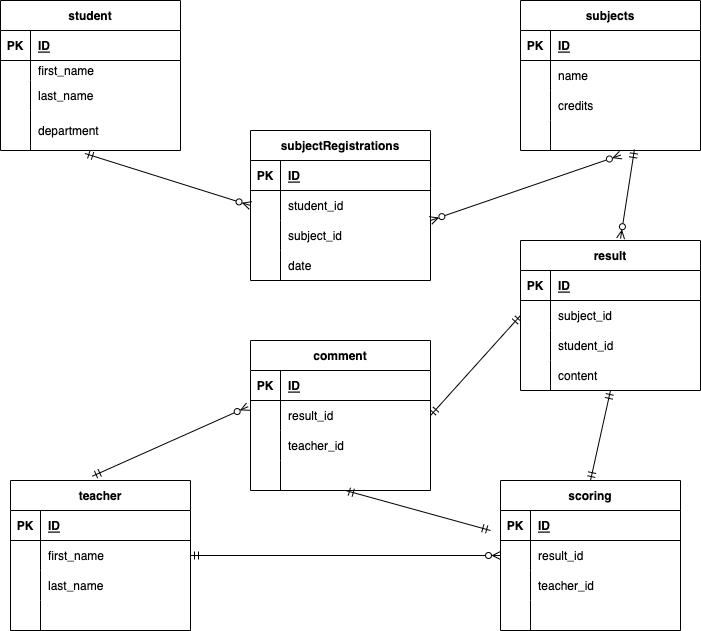
The draw.io diagram database-practice.drawio.png in soga5348/coachtech_database2, before a commit. Source tidied: cells renumbered, new cells last; positions are measured from the earlier drawing's top-left corner, leaving out a move shared by most shapes.
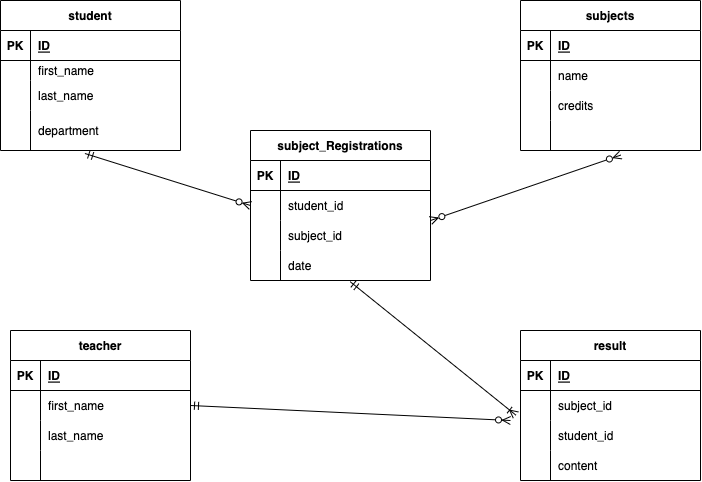
The same file after the commit.

The edit, as a diff of the source:
```diff
@@ -81,7 +81,7 @@
       <mxGeometry x="30" width="150" height="30" as="geometry" />
     </mxCell>
     <mxCell id="28" value="teacher" style="shape=table;startSize=30;rowLines=0;fontStyle=1;align=center;" parent="1" vertex="1">
-      <mxGeometry x="10" y="480" width="180" height="150" as="geometry" />
+      <mxGeometry x="10" y="330" width="180" height="150" as="geometry" />
     </mxCell>
     <mxCell id="29" style="shape=tableRow;horizontal=0;startSize=0;swimlaneHead=0;swimlaneBody=0;fillColor=none;top=0;left=0;right=0;bottom=1;" parent="28" vertex="1">
       <mxGeometry y="30" width="180" height="30" as="geometry" />
@@ -119,85 +119,7 @@
     <mxCell id="40" style="shape=partialRectangle;fillColor=none;top=0;left=0;bottom=0;right=0;align=left;spacingLeft=6;overflow=hidden;" parent="38" vertex="1">
       <mxGeometry x="30" width="150" height="30" as="geometry" />
     </mxCell>
-    <mxCell id="41" value="comment" style="shape=table;startSize=30;rowLines=0;fontStyle=1;align=center;" parent="1" vertex="1">
-      <mxGeometry x="250" y="340" width="180" height="150" as="geometry" />
-    </mxCell>
-    <mxCell id="42" style="shape=tableRow;horizontal=0;startSize=0;swimlaneHead=0;swimlaneBody=0;fillColor=none;top=0;left=0;right=0;bottom=1;" parent="41" vertex="1">
-      <mxGeometry y="30" width="180" height="30" as="geometry" />
-    </mxCell>
-    <mxCell id="43" value="PK" style="shape=partialRectangle;fillColor=none;top=0;left=0;bottom=0;right=0;fontStyle=1;overflow=hidden;" parent="42" vertex="1">
-      <mxGeometry width="30" height="30" as="geometry" />
-    </mxCell>
-    <mxCell id="44" value="ID" style="shape=partialRectangle;fillColor=none;top=0;left=0;bottom=0;right=0;align=left;spacingLeft=6;fontStyle=5;overflow=hidden;" parent="42" vertex="1">
-      <mxGeometry x="30" width="150" height="30" as="geometry" />
-    </mxCell>
-    <mxCell id="45" style="shape=tableRow;horizontal=0;startSize=0;swimlaneHead=0;swimlaneBody=0;fillColor=none;points=[[0,0.5],[1,0.5]];portConstraint=eastwest;top=0;left=0;right=0;bottom=0;" parent="41" vertex="1">
-      <mxGeometry y="60" width="180" height="30" as="geometry" />
-    </mxCell>
-    <mxCell id="46" style="shape=partialRectangle;fillColor=none;top=0;left=0;bottom=0;right=0;overflow=hidden;" parent="45" vertex="1">
-      <mxGeometry width="30" height="30" as="geometry" />
-    </mxCell>
-    <mxCell id="47" value="result_id" style="shape=partialRectangle;fillColor=none;top=0;left=0;bottom=0;right=0;align=left;spacingLeft=6;overflow=hidden;" parent="45" vertex="1">
-      <mxGeometry x="30" width="150" height="30" as="geometry" />
-    </mxCell>
-    <mxCell id="48" style="shape=tableRow;horizontal=0;startSize=0;swimlaneHead=0;swimlaneBody=0;fillColor=none;top=0;left=0;right=0;bottom=0;" parent="41" vertex="1">
-      <mxGeometry y="90" width="180" height="30" as="geometry" />
-    </mxCell>
-    <mxCell id="49" style="shape=partialRectangle;fillColor=none;top=0;left=0;bottom=0;right=0;overflow=hidden;" parent="48" vertex="1">
-      <mxGeometry width="30" height="30" as="geometry" />
-    </mxCell>
-    <mxCell id="50" value="teacher_id" style="shape=partialRectangle;fillColor=none;top=0;left=0;bottom=0;right=0;align=left;spacingLeft=6;overflow=hidden;" parent="48" vertex="1">
-      <mxGeometry x="30" width="150" height="30" as="geometry" />
-    </mxCell>
-    <mxCell id="51" style="shape=tableRow;horizontal=0;startSize=0;swimlaneHead=0;swimlaneBody=0;fillColor=none;points=[[0,0.5],[1,0.5]];portConstraint=eastwest;top=0;left=0;right=0;bottom=0;" parent="41" vertex="1">
-      <mxGeometry y="120" width="180" height="30" as="geometry" />
-    </mxCell>
-    <mxCell id="52" style="shape=partialRectangle;fillColor=none;top=0;left=0;bottom=0;right=0;overflow=hidden;" parent="51" vertex="1">
-      <mxGeometry width="30" height="30" as="geometry" />
-    </mxCell>
-    <mxCell id="53" style="shape=partialRectangle;fillColor=none;top=0;left=0;bottom=0;right=0;align=left;spacingLeft=6;overflow=hidden;" parent="51" vertex="1">
-      <mxGeometry x="30" width="150" height="30" as="geometry" />
-    </mxCell>
-    <mxCell id="54" value="scoring" style="shape=table;startSize=30;rowLines=0;fontStyle=1;align=center;" parent="1" vertex="1">
-      <mxGeometry x="500" y="480" width="180" height="150" as="geometry" />
-    </mxCell>
-    <mxCell id="55" style="shape=tableRow;horizontal=0;startSize=0;swimlaneHead=0;swimlaneBody=0;fillColor=none;top=0;left=0;right=0;bottom=1;" parent="54" vertex="1">
-      <mxGeometry y="30" width="180" height="30" as="geometry" />
-    </mxCell>
-    <mxCell id="56" value="PK" style="shape=partialRectangle;fillColor=none;top=0;left=0;bottom=0;right=0;fontStyle=1;overflow=hidden;" parent="55" vertex="1">
-      <mxGeometry width="30" height="30" as="geometry" />
-    </mxCell>
-    <mxCell id="57" value="ID" style="shape=partialRectangle;fillColor=none;top=0;left=0;bottom=0;right=0;align=left;spacingLeft=6;fontStyle=5;overflow=hidden;" parent="55" vertex="1">
-      <mxGeometry x="30" width="150" height="30" as="geometry" />
-    </mxCell>
-    <mxCell id="58" style="shape=tableRow;horizontal=0;startSize=0;swimlaneHead=0;swimlaneBody=0;fillColor=none;points=[[0,0.5],[1,0.5]];portConstraint=eastwest;top=0;left=0;right=0;bottom=0;" parent="54" vertex="1">
-      <mxGeometry y="60" width="180" height="30" as="geometry" />
-    </mxCell>
-    <mxCell id="59" style="shape=partialRectangle;fillColor=none;top=0;left=0;bottom=0;right=0;overflow=hidden;" parent="58" vertex="1">
-      <mxGeometry width="30" height="30" as="geometry" />
-    </mxCell>
-    <mxCell id="60" value="result_id" style="shape=partialRectangle;fillColor=none;top=0;left=0;bottom=0;right=0;align=left;spacingLeft=6;overflow=hidden;" parent="58" vertex="1">
-      <mxGeometry x="30" width="150" height="30" as="geometry" />
-    </mxCell>
-    <mxCell id="61" style="shape=tableRow;horizontal=0;startSize=0;swimlaneHead=0;swimlaneBody=0;fillColor=none;top=0;left=0;right=0;bottom=0;" parent="54" vertex="1">
-      <mxGeometry y="90" width="180" height="30" as="geometry" />
-    </mxCell>
-    <mxCell id="62" style="shape=partialRectangle;fillColor=none;top=0;left=0;bottom=0;right=0;overflow=hidden;" parent="61" vertex="1">
-      <mxGeometry width="30" height="30" as="geometry" />
-    </mxCell>
-    <mxCell id="63" value="teacher_id" style="shape=partialRectangle;fillColor=none;top=0;left=0;bottom=0;right=0;align=left;spacingLeft=6;overflow=hidden;" parent="61" vertex="1">
-      <mxGeometry x="30" width="150" height="30" as="geometry" />
-    </mxCell>
-    <mxCell id="64" style="shape=tableRow;horizontal=0;startSize=0;swimlaneHead=0;swimlaneBody=0;fillColor=none;top=0;left=0;right=0;bottom=0;" parent="54" vertex="1">
-      <mxGeometry y="120" width="180" height="30" as="geometry" />
-    </mxCell>
-    <mxCell id="65" style="shape=partialRectangle;fillColor=none;top=0;left=0;bottom=0;right=0;overflow=hidden;" parent="64" vertex="1">
-      <mxGeometry width="30" height="30" as="geometry" />
-    </mxCell>
-    <mxCell id="66" style="shape=partialRectangle;fillColor=none;top=0;left=0;bottom=0;right=0;align=left;spacingLeft=6;overflow=hidden;" parent="64" vertex="1">
-      <mxGeometry x="30" width="150" height="30" as="geometry" />
-    </mxCell>
-    <mxCell id="67" value="subjectRegistrations" style="shape=table;startSize=30;rowLines=0;fontStyle=1;align=center;" parent="1" vertex="1">
+    <mxCell id="67" value="subject_Registrations" style="shape=table;startSize=30;rowLines=0;fontStyle=1;align=center;" parent="1" vertex="1">
       <mxGeometry x="250" y="130" width="180" height="150" as="geometry" />
     </mxCell>
     <mxCell id="68" style="shape=tableRow;horizontal=0;startSize=0;swimlaneHead=0;swimlaneBody=0;fillColor=none;top=0;left=0;right=0;bottom=1;" parent="67" vertex="1">
@@ -242,11 +164,8 @@
     <mxCell id="81" style="fontSize=12;html=1;endArrow=ERzeroToMany;endFill=0;startArrow=ERzeroToMany;startFill=0;entryX=0.557;entryY=1.153;entryDx=0;entryDy=0;entryPerimeter=0;exitX=1;exitY=0;exitDx=0;exitDy=0;exitPerimeter=0;" parent="1" edge="1" source="74" target="25">
       <mxGeometry relative="1" as="geometry" />
     </mxCell>
-    <mxCell id="82" style="fontSize=12;html=1;endArrow=ERzeroToMany;endFill=0;startArrow=ERmandOne;startFill=0;exitX=0.455;exitY=-0.029;exitDx=0;exitDy=0;exitPerimeter=0;entryX=-0.013;entryY=0.205;entryDx=0;entryDy=0;entryPerimeter=0;" parent="1" edge="1" source="28" target="45">
-      <mxGeometry relative="1" as="geometry" />
-    </mxCell>
     <mxCell id="83" value="result" style="shape=table;startSize=30;rowLines=0;fontStyle=1;align=center;" parent="1" vertex="1">
-      <mxGeometry x="520" y="240" width="180" height="150" as="geometry" />
+      <mxGeometry x="520" y="330" width="180" height="150" as="geometry" />
     </mxCell>
     <mxCell id="84" style="shape=tableRow;horizontal=0;startSize=0;swimlaneHead=0;swimlaneBody=0;fillColor=none;top=0;left=0;right=0;bottom=1;" parent="83" vertex="1">
       <mxGeometry y="30" width="180" height="30" as="geometry" />
@@ -284,24 +203,13 @@
     <mxCell id="95" value="content" style="shape=partialRectangle;fillColor=none;top=0;left=0;bottom=0;right=0;align=left;spacingLeft=6;overflow=hidden;" parent="93" vertex="1">
       <mxGeometry x="30" width="150" height="30" as="geometry" />
     </mxCell>
-    <mxCell id="96" style="fontSize=12;html=1;endArrow=ERzeroToMany;endFill=0;startArrow=ERmandOne;startFill=0;exitX=0.633;exitY=0.967;exitDx=0;exitDy=0;exitPerimeter=0;entryX=0.556;entryY=-0.013;entryDx=0;entryDy=0;entryPerimeter=0;" parent="1" edge="1" source="25" target="83">
-      <mxGeometry relative="1" as="geometry" />
-    </mxCell>
-    <mxCell id="97" style="fontSize=12;html=1;endArrow=ERmandOne;endFill=0;startArrow=ERmandOne;startFill=0;entryX=0;entryY=0.5;entryDx=0;entryDy=0;exitX=1;exitY=0.5;exitDx=0;exitDy=0;" parent="1" edge="1" source="45" target="87">
-      <mxGeometry relative="1" as="geometry" />
-    </mxCell>
-    <mxCell id="98" style="fontSize=12;html=1;endArrow=ERmandOne;endFill=0;startArrow=ERmandOne;startFill=0;exitX=0.5;exitY=0;exitDx=0;exitDy=0;" parent="1" edge="1" source="54">
-      <mxGeometry relative="1" as="geometry">
-        <mxPoint x="610" y="390" as="targetPoint" />
-      </mxGeometry>
-    </mxCell>
-    <mxCell id="99" style="fontSize=12;html=1;endArrow=ERzeroToMany;endFill=0;startArrow=ERmandOne;startFill=0;exitX=1;exitY=0.5;exitDx=0;exitDy=0;entryX=0;entryY=0.5;entryDx=0;entryDy=0;" parent="1" edge="1" source="32" target="58">
-      <mxGeometry relative="1" as="geometry" />
-    </mxCell>
-    <mxCell id="100" style="fontSize=12;html=1;endArrow=ERmandOne;endFill=0;startArrow=ERmandOne;startFill=0;entryX=0.528;entryY=1;entryDx=0;entryDy=0;entryPerimeter=0;" parent="1" edge="1" target="51">
-      <mxGeometry relative="1" as="geometry">
-        <mxPoint x="490" y="530" as="sourcePoint" />
-      </mxGeometry>
+    <mxCell id="100" style="fontSize=12;html=1;endArrow=ERmandOne;endFill=0;startArrow=ERoneToMany;startFill=0;entryX=0.554;entryY=1.041;entryDx=0;entryDy=0;entryPerimeter=0;exitX=-0.026;exitY=-0.181;exitDx=0;exitDy=0;exitPerimeter=0;" parent="1" edge="1" source="90" target="77">
+      <mxGeometry relative="1" as="geometry" />
     </mxCell>
+    <mxCell id="101" style="fontSize=12;html=1;endArrow=ERmandOne;endFill=0;startArrow=ERzeroToMany;startFill=0;entryX=1;entryY=0.5;entryDx=0;entryDy=0;" parent="1" edge="1" target="32">
+      <mxGeometry relative="1" as="geometry">
+        <mxPoint x="510" y="420" as="sourcePoint" />
+      </mxGeometry>
+    </mxCell>
   </root>
 </mxGraphModel>
```
